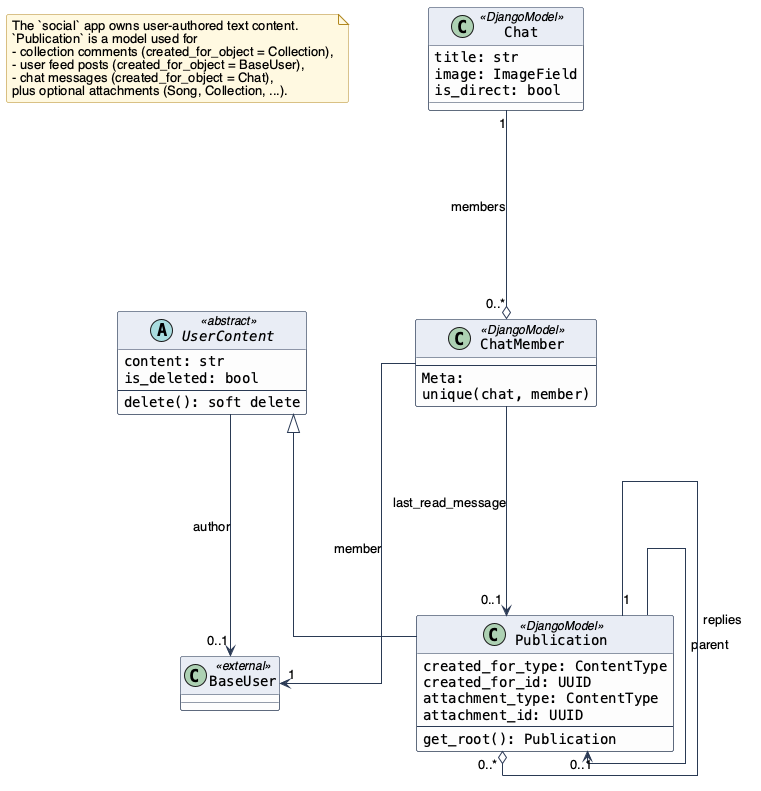
Before: text/diagrams/SocialClassDiagram.png, a diagram exported from PlantUML (ddrddrr/musikk).
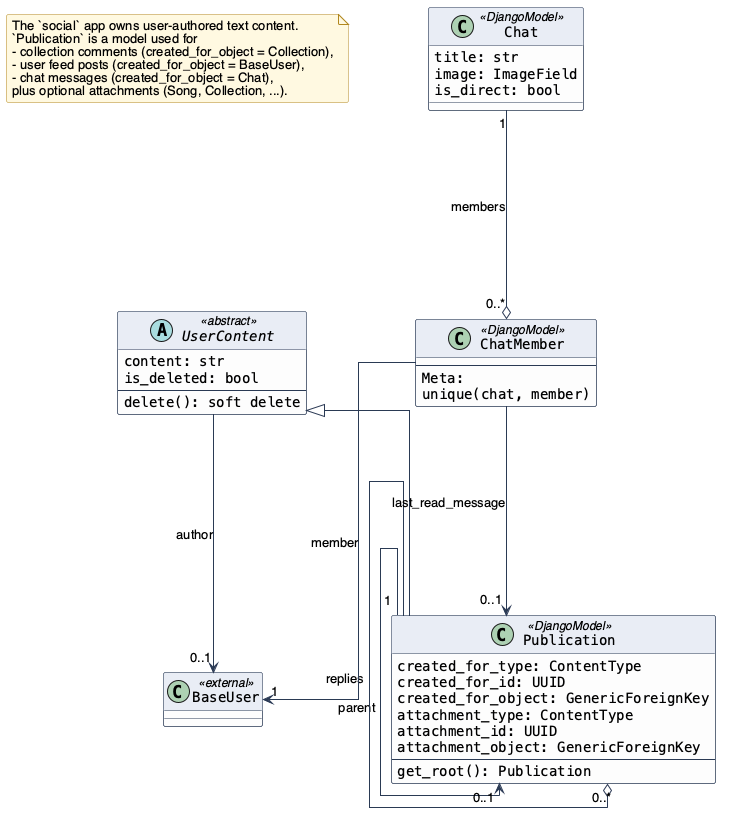
Later version of the same file.

Change to the diagram source:
```diff
@@ -24,8 +24,10 @@
 class Publication <<DjangoModel>> {
     created_for_type: ContentType
     created_for_id: UUID
+    created_for_object: GenericForeignKey
     attachment_type: ContentType
     attachment_id: UUID
+    attachment_object: GenericForeignKey
     --
     get_root(): Publication
 }
```
